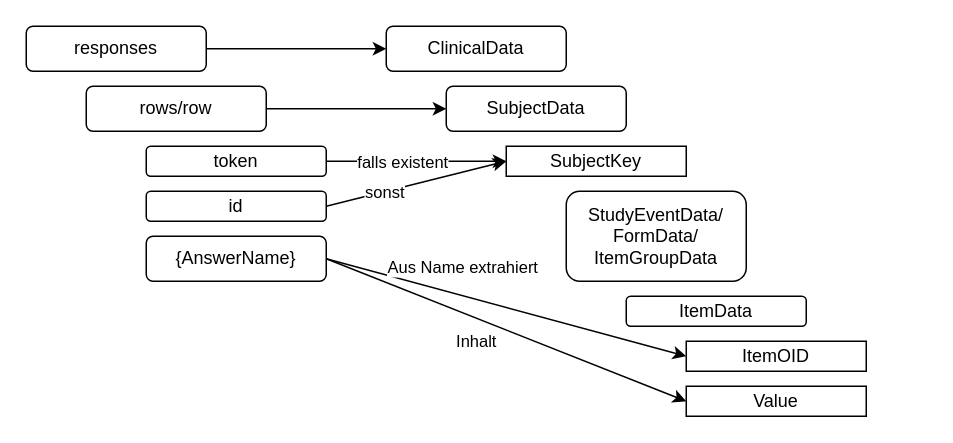
Earlier version of the draw.io diagram img/drawio/m_lsr.drawio (Delzye/bachelors_thesis_anton_mende). Source tidied: cells renumbered, new cells numbered last; positions are measured from the earlier drawing's top-left corner, leaving out a move shared by most shapes. Both pictures are drawn from the tidied source at 150%, with x=0, y=0 at pixel (26, 26).
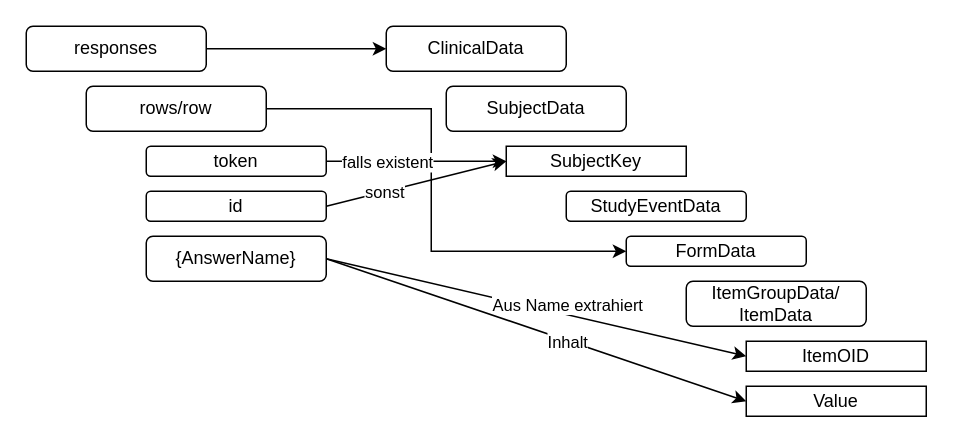
The same diagram, later.

Unchanged cells that the change refers to:
```xml
<mxCell id="5" value="rows/row" style="rounded=1;whiteSpace=wrap;html=1;" parent="1" vertex="1">
  <mxGeometry x="40" y="40" width="120" height="30" as="geometry" />
</mxCell>
<mxCell id="9" style="edgeStyle=none;rounded=0;jettySize=auto;html=1;exitX=1;exitY=0.5;exitDx=0;exitDy=0;entryX=0;entryY=0.5;entryDx=0;entryDy=0;" parent="1" edge="1" source="13" target="19">
  <mxGeometry relative="1" as="geometry" />
</mxCell>
<mxCell id="11" style="edgeStyle=none;rounded=0;jettySize=auto;html=1;exitX=1;exitY=0.5;exitDx=0;exitDy=0;entryX=0;entryY=0.5;entryDx=0;entryDy=0;" parent="1" edge="1" source="13" target="20">
  <mxGeometry relative="1" as="geometry" />
</mxCell>
<mxCell id="15" value="SubjectData" style="rounded=1;whiteSpace=wrap;html=1;" parent="1" vertex="1">
  <mxGeometry x="280" y="40" width="120" height="30" as="geometry" />
</mxCell>
<mxCell id="21" style="rounded=0;jettySize=auto;html=1;exitX=1;exitY=0.5;exitDx=0;exitDy=0;entryX=0;entryY=0.5;entryDx=0;entryDy=0;" parent="1" edge="1" source="23" target="16">
  <mxGeometry relative="1" as="geometry" />
</mxCell>
```

Diff of the diagram source:
```diff
@@
-    <mxCell id="4" style="edgeStyle=orthogonalEdgeStyle;rounded=0;jettySize=auto;html=1;exitX=1;exitY=0.5;exitDx=0;exitDy=0;entryX=0;entryY=0.5;entryDx=0;entryDy=0;" parent="1" edge="1" source="5" target="15">
-      <mxGeometry relative="1" as="geometry" />
+    <mxCell id="4" style="edgeStyle=orthogonalEdgeStyle;rounded=0;jettySize=auto;html=1;exitX=1;exitY=0.5;exitDx=0;exitDy=0;entryX=0;entryY=0.5;entryDx=0;entryDy=0;" parent="1" edge="1" source="5" target="17">
+      <mxGeometry relative="1" as="geometry">
+        <Array as="points">
+          <mxPoint x="270" y="55" />
+          <mxPoint x="270" y="150" />
+        </Array>
+      </mxGeometry>
     </mxCell>
@@
     <mxCell id="10" value="Aus Name extrahiert" style="edgeLabel;html=1;align=center;verticalAlign=middle;" parent="9" vertex="1">
       <mxGeometry x="-0.14" relative="1" as="geometry">
-        <mxPoint x="-13" y="-22" as="offset" />
+        <mxPoint x="40" y="2" as="offset" />
       </mxGeometry>
     </mxCell>
@@
     <mxCell id="12" value="Inhalt" style="edgeLabel;html=1;align=center;verticalAlign=middle;" parent="11" vertex="1">
       <mxGeometry x="0.06" y="-2" relative="1" as="geometry">
-        <mxPoint x="-27" y="2" as="offset" />
+        <mxPoint x="12" y="3" as="offset" />
       </mxGeometry>
     </mxCell>
@@
-    <mxCell id="17" value="StudyEventData/&lt;br&gt;FormData/&lt;br&gt;ItemGroupData" style="rounded=1;whiteSpace=wrap;html=1;" parent="1" vertex="1">
-      <mxGeometry x="360" y="110" width="120" height="60" as="geometry" />
+    <mxCell id="17" value="FormData" style="rounded=1;whiteSpace=wrap;html=1;" parent="1" vertex="1">
+      <mxGeometry x="400" y="140" width="120" height="20" as="geometry" />
     </mxCell>
-    <mxCell id="18" value="ItemData" style="rounded=1;whiteSpace=wrap;html=1;" parent="1" vertex="1">
-      <mxGeometry x="400" y="180" width="120" height="20" as="geometry" />
+    <mxCell id="18" value="ItemGroupData/&lt;br&gt;ItemData" style="rounded=1;whiteSpace=wrap;html=1;" parent="1" vertex="1">
+      <mxGeometry x="440" y="170" width="120" height="30" as="geometry" />
     </mxCell>
     <mxCell id="19" value="ItemOID" style="rounded=0;whiteSpace=wrap;html=1;" parent="1" vertex="1">
-      <mxGeometry x="440" y="210" width="120" height="20" as="geometry" />
+      <mxGeometry x="480" y="210" width="120" height="20" as="geometry" />
     </mxCell>
     <mxCell id="20" value="Value" style="rounded=0;whiteSpace=wrap;html=1;" parent="1" vertex="1">
-      <mxGeometry x="440" y="240" width="120" height="20" as="geometry" />
+      <mxGeometry x="480" y="240" width="120" height="20" as="geometry" />
     </mxCell>
@@
     <mxCell id="22" value="falls existent" style="edgeLabel;html=1;align=center;verticalAlign=middle;" parent="21" vertex="1">
-      <mxGeometry x="-0.17" relative="1" as="geometry" />
+      <mxGeometry x="-0.17" relative="1" as="geometry">
+        <mxPoint x="-10" as="offset" />
+      </mxGeometry>
     </mxCell>
@@
+    <mxCell id="24" value="StudyEventData" style="rounded=1;whiteSpace=wrap;html=1;" parent="1" vertex="1">
+      <mxGeometry x="360" y="110" width="120" height="20" as="geometry" />
+    </mxCell>
```
